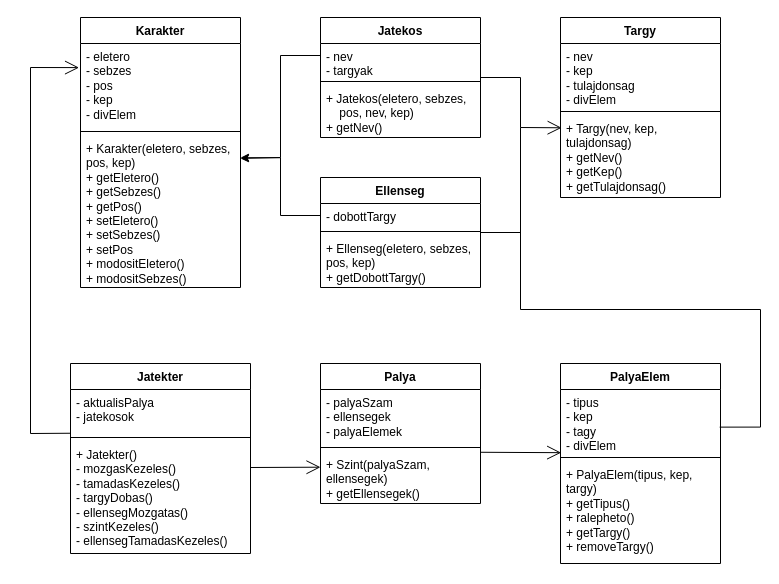
The draw.io diagram Dokumentumok/Jatek-Osztalyok.drawio in Ez-meg-egyes/Multiplayer-jatek, before the edit. Source tidied: cells renumbered, new cells numbered last; positions are measured from the earlier drawing's top-left corner, leaving out a move shared by most shapes. Both pictures are drawn from the tidied source at 100%, with x=0, y=0 at pixel (30, 17).
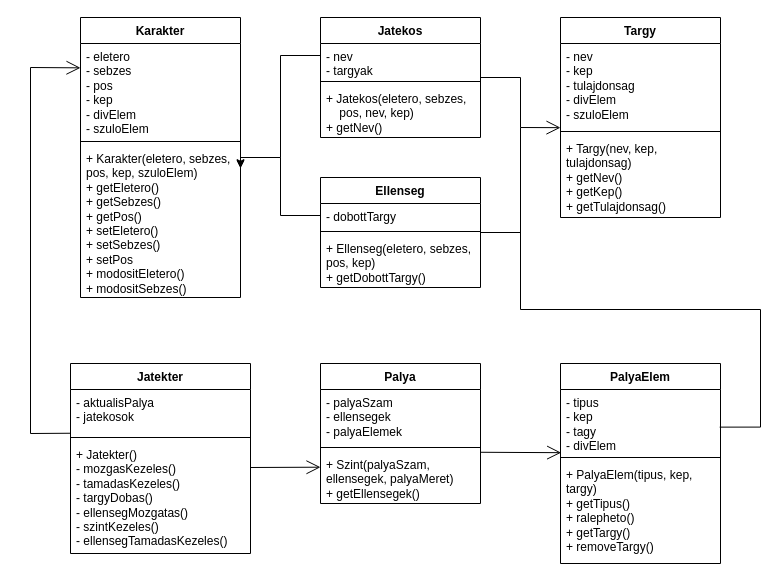
The same page after the edit.

Commit message (it also covers changes not shown here):
UML-módosítása

The change refers to these unchanged cells:
```xml
<mxCell id="6" value="Palya" style="swimlane;fontStyle=1;align=center;verticalAlign=top;horizontal=1;startSize=26;whiteSpace=wrap;html=1;" parent="1" vertex="1">
  <mxGeometry x="290" y="346" width="160" height="140" as="geometry" />
</mxCell>
<mxCell id="21" value="- aktualisPalya&lt;br&gt;- jatekosok" style="text;strokeColor=none;fillColor=none;align=left;verticalAlign=top;spacingLeft=4;spacingRight=4;overflow=hidden;points=[[0,0.5],[1,0.5]];portConstraint=eastwest;whiteSpace=wrap;html=1;" parent="20" vertex="1">
  <mxGeometry y="26" width="180" height="44" as="geometry" />
</mxCell>
```

The edit, as a diff of the source:
```diff
@@
     <mxCell id="2" value="Targy" style="swimlane;fontStyle=1;align=center;verticalAlign=top;horizontal=1;startSize=26;whiteSpace=wrap;html=1;" parent="1" vertex="1">
-      <mxGeometry x="530" width="160" height="180" as="geometry" />
+      <mxGeometry x="530" width="160" height="200" as="geometry" />
     </mxCell>
-    <mxCell id="3" value="- nev&lt;br&gt;- kep&lt;br&gt;- tulajdonsag&lt;br&gt;- divElem" style="text;strokeColor=none;fillColor=none;align=left;verticalAlign=top;spacingLeft=4;spacingRight=4;overflow=hidden;points=[[0,0.5],[1,0.5]];portConstraint=eastwest;whiteSpace=wrap;html=1;" parent="2" vertex="1">
-      <mxGeometry y="26" width="160" height="64" as="geometry" />
+    <mxCell id="3" value="- nev&lt;br&gt;- kep&lt;br&gt;- tulajdonsag&lt;br&gt;- divElem&lt;br&gt;- szuloElem" style="text;strokeColor=none;fillColor=none;align=left;verticalAlign=top;spacingLeft=4;spacingRight=4;overflow=hidden;points=[[0,0.5],[1,0.5]];portConstraint=eastwest;whiteSpace=wrap;html=1;" parent="2" vertex="1">
+      <mxGeometry y="26" width="160" height="84" as="geometry" />
     </mxCell>
     <mxCell id="4" style="line;strokeWidth=1;fillColor=none;align=left;verticalAlign=middle;spacingTop=-1;spacingLeft=3;spacingRight=3;labelPosition=right;strokeColor=inherit;" parent="2" vertex="1">
-      <mxGeometry y="90" width="160" height="8" as="geometry" />
+      <mxGeometry y="110" width="160" height="8" as="geometry" />
     </mxCell>
     <mxCell id="5" value="+ Targy(nev, kep, tulajdonsag)&lt;br&gt;+ getNev()&lt;br&gt;+ getKep()&lt;br&gt;+ getTulajdonsag()" style="text;strokeColor=none;fillColor=none;align=left;verticalAlign=top;spacingLeft=4;spacingRight=4;overflow=hidden;points=[[0,0.5],[1,0.5]];portConstraint=eastwest;whiteSpace=wrap;html=1;" parent="2" vertex="1">
-      <mxGeometry y="98" width="160" height="82" as="geometry" />
+      <mxGeometry y="118" width="160" height="82" as="geometry" />
     </mxCell>
@@
-    <mxCell id="10" value="+ Szint(palyaSzam, ellensegek)&lt;br&gt;+ getEllensegek()" style="text;strokeColor=none;fillColor=none;align=left;verticalAlign=top;spacingLeft=4;spacingRight=4;overflow=hidden;points=[[0,0.5],[1,0.5]];portConstraint=eastwest;whiteSpace=wrap;html=1;" parent="6" vertex="1">
+    <mxCell id="10" value="+ Szint(palyaSzam, ellensegek, palyaMeret)&lt;br&gt;+ getEllensegek()" style="text;strokeColor=none;fillColor=none;align=left;verticalAlign=top;spacingLeft=4;spacingRight=4;overflow=hidden;points=[[0,0.5],[1,0.5]];portConstraint=eastwest;whiteSpace=wrap;html=1;" parent="6" vertex="1">
       <mxGeometry y="88" width="160" height="52" as="geometry" />
     </mxCell>
@@
     <mxCell id="24" value="Karakter" style="swimlane;fontStyle=1;align=center;verticalAlign=top;horizontal=1;startSize=26;whiteSpace=wrap;html=1;" parent="1" vertex="1">
-      <mxGeometry x="50" width="160" height="270" as="geometry" />
+      <mxGeometry x="50" width="160" height="280" as="geometry" />
     </mxCell>
-    <mxCell id="25" value="- eletero&lt;br&gt;- sebzes&lt;br&gt;- pos&lt;br&gt;- kep&lt;br&gt;- divElem" style="text;strokeColor=none;fillColor=none;align=left;verticalAlign=top;spacingLeft=4;spacingRight=4;overflow=hidden;points=[[0,0.5],[1,0.5]];portConstraint=eastwest;whiteSpace=wrap;html=1;" parent="24" vertex="1">
-      <mxGeometry y="26" width="160" height="84" as="geometry" />
+    <mxCell id="25" value="- eletero&lt;br&gt;- sebzes&lt;br&gt;- pos&lt;br&gt;- kep&lt;br&gt;- divElem&lt;br&gt;- szuloElem" style="text;strokeColor=none;fillColor=none;align=left;verticalAlign=top;spacingLeft=4;spacingRight=4;overflow=hidden;points=[[0,0.5],[1,0.5]];portConstraint=eastwest;whiteSpace=wrap;html=1;" parent="24" vertex="1">
+      <mxGeometry y="26" width="160" height="94" as="geometry" />
     </mxCell>
     <mxCell id="26" style="line;strokeWidth=1;fillColor=none;align=left;verticalAlign=middle;spacingTop=-1;spacingLeft=3;spacingRight=3;labelPosition=right;strokeColor=inherit;" parent="24" vertex="1">
-      <mxGeometry y="110" width="160" height="8" as="geometry" />
+      <mxGeometry y="120" width="160" height="8" as="geometry" />
     </mxCell>
-    <mxCell id="27" value="+ Karakter(eletero, sebzes, pos, kep)&lt;br&gt;+ getEletero()&lt;br&gt;+ getSebzes()&lt;br&gt;+ getPos()&lt;br&gt;+ setEletero()&lt;br&gt;+ setSebzes()&lt;br&gt;+ setPos&lt;br&gt;+ modositEletero()&lt;br&gt;+ modositSebzes()" style="text;strokeColor=none;fillColor=none;align=left;verticalAlign=top;spacingLeft=4;spacingRight=4;overflow=hidden;points=[[0,0.5],[1,0.5]];portConstraint=eastwest;whiteSpace=wrap;html=1;" parent="24" vertex="1">
-      <mxGeometry y="118" width="160" height="152" as="geometry" />
+    <mxCell id="27" value="+ Karakter(eletero, sebzes, pos, kep, szuloElem)&lt;br&gt;+ getEletero()&lt;br&gt;+ getSebzes()&lt;br&gt;+ getPos()&lt;br&gt;+ setEletero()&lt;br&gt;+ setSebzes()&lt;br&gt;+ setPos&lt;br&gt;+ modositEletero()&lt;br&gt;+ modositSebzes()" style="text;strokeColor=none;fillColor=none;align=left;verticalAlign=top;spacingLeft=4;spacingRight=4;overflow=hidden;points=[[0,0.5],[1,0.5]];portConstraint=eastwest;whiteSpace=wrap;html=1;" parent="24" vertex="1">
+      <mxGeometry y="128" width="160" height="152" as="geometry" />
     </mxCell>
@@
-    <mxCell id="34" style="endArrow=open;endFill=1;endSize=12;html=1;rounded=0;entryX=0.007;entryY=0.15;entryDx=0;entryDy=0;entryPerimeter=0;" parent="1" edge="1" target="5">
+    <mxCell id="34" style="endArrow=open;endFill=1;endSize=12;html=1;rounded=0;entryX=0;entryY=1.002;entryDx=0;entryDy=0;entryPerimeter=0;" parent="1" edge="1" target="3">
       <mxGeometry relative="1" as="geometry">
         <mxPoint x="450" y="60" as="sourcePoint" />
         <Array as="points">
           <mxPoint x="490" y="60" />
           <mxPoint x="490" y="110" />
         </Array>
       </mxGeometry>
     </mxCell>
@@
-    <mxCell id="37" style="endArrow=open;endFill=1;endSize=12;html=1;rounded=0;exitX=0.002;exitY=0.994;exitDx=0;exitDy=0;exitPerimeter=0;entryX=-0.009;entryY=0.287;entryDx=0;entryDy=0;entryPerimeter=0;" parent="1" edge="1" source="21" target="25">
+    <mxCell id="37" style="endArrow=open;endFill=1;endSize=12;html=1;rounded=0;exitX=0.002;exitY=0.994;exitDx=0;exitDy=0;exitPerimeter=0;entryX=0;entryY=0.259;entryDx=0;entryDy=0;entryPerimeter=0;" parent="1" edge="1" source="21" target="25">
       <mxGeometry relative="1" as="geometry">
         <Array as="points">
           <mxPoint y="416" />
           <mxPoint y="50" />
         </Array>
       </mxGeometry>
     </mxCell>
```
